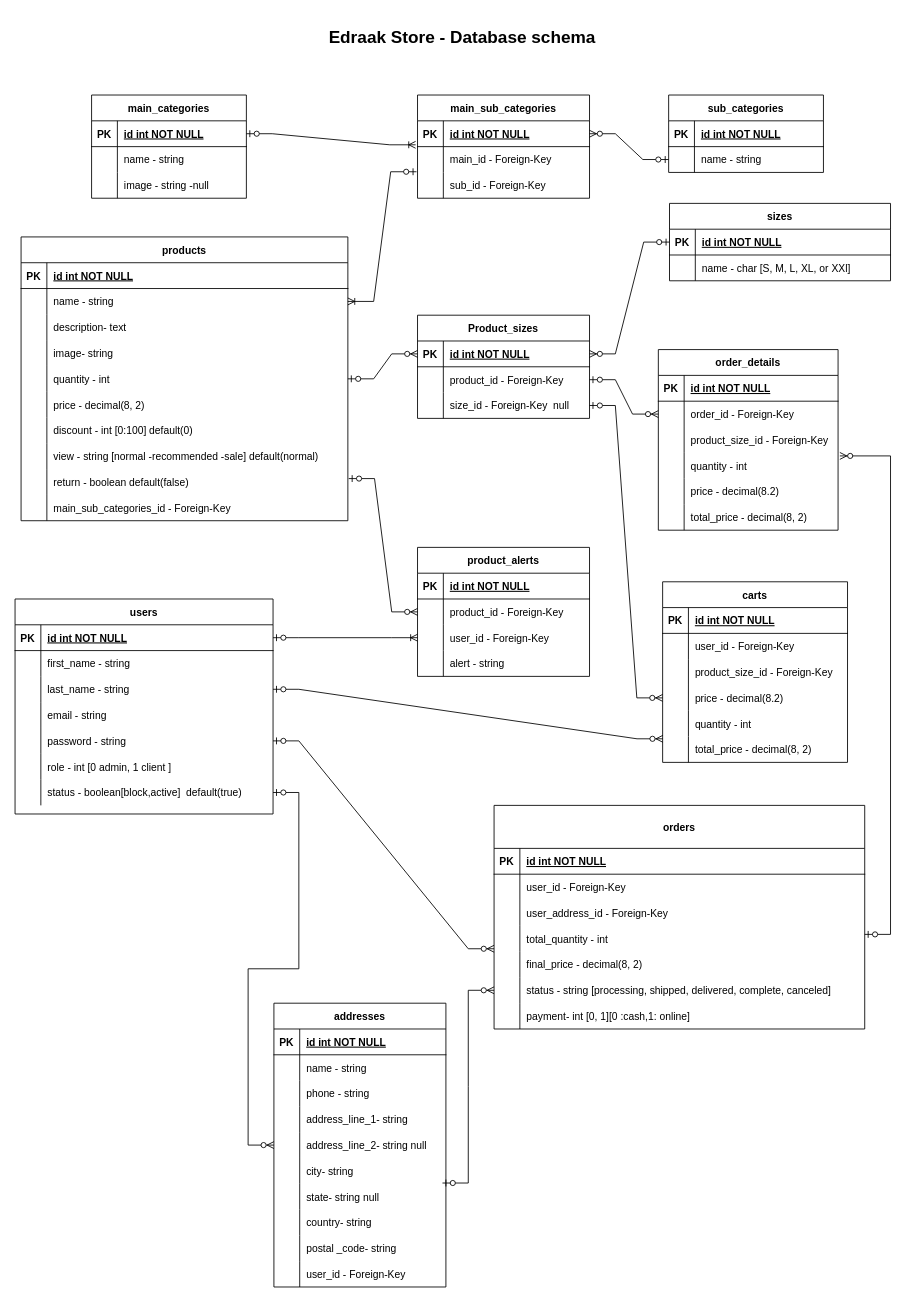
Above: project_design/db_schema/edraake_store.drawio in NadiaSalah/Edraak-Store (draw.io), before the change. Source tidied: cells renumbered, new cells numbered last; positions are measured from the earlier drawing's top-left corner, leaving out a move shared by most shapes. Both pictures are drawn from the tidied source at 86%, with x=0, y=0 at pixel (15, 28).
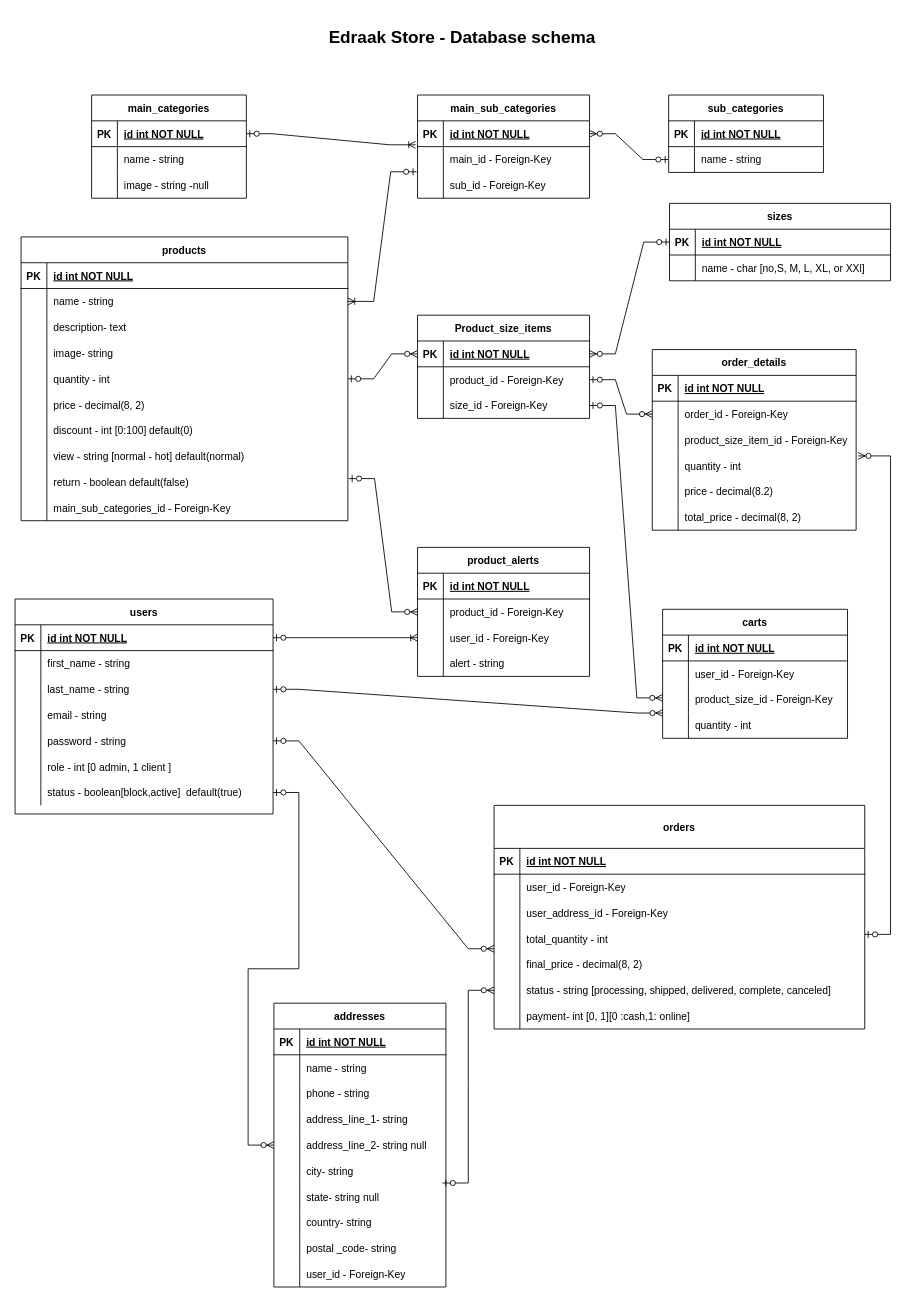
The same page after the edit.

Unchanged cells that the change refers to:
```xml
<mxCell id="52" style="shape=partialRectangle;fillColor=none;top=0;left=0;right=0;bottom=0;" parent="30" vertex="1">
  <mxGeometry y="240" width="380" height="30" as="geometry" />
</mxCell>
<mxCell id="65" style="shape=partialRectangle;fillColor=none;top=0;left=0;right=0;bottom=0;" parent="61" vertex="1">
  <mxGeometry y="60" width="257" height="30" as="geometry" />
</mxCell>
<mxCell id="75" style="shape=partialRectangle;fillColor=none;points=[[0,0.5],[1,0.5]];portConstraint=eastwest;top=0;left=0;right=0;bottom=0;" parent="68" vertex="1">
  <mxGeometry y="90" width="200" height="30" as="geometry" />
</mxCell>
<mxCell id="85" style="shape=partialRectangle;fillColor=none;points=[[0,0.5],[1,0.5]];portConstraint=eastwest;top=0;left=0;right=0;bottom=0;" parent="78" vertex="1">
  <mxGeometry y="90" width="300" height="30" as="geometry" />
</mxCell>
```

Diff of the diagram source:
```diff
@@
-    <mxCell id="54" value="view - string [normal -recommended -sale] default(normal)" style="shape=partialRectangle;overflow=hidden;fillColor=none;top=0;left=0;bottom=0;right=0;align=left;spacingLeft=6;" parent="52" vertex="1">
+    <mxCell id="54" value="view - string [normal - hot] default(normal)" style="shape=partialRectangle;overflow=hidden;fillColor=none;top=0;left=0;bottom=0;right=0;align=left;spacingLeft=6;" parent="52" vertex="1">
       <mxGeometry x="30" width="350" height="30" as="geometry" />
     </mxCell>
@@
-    <mxCell id="67" value="name - char [S, M, L, XL, or XXl]" style="shape=partialRectangle;overflow=hidden;fillColor=none;top=0;left=0;bottom=0;right=0;align=left;spacingLeft=6;" parent="65" vertex="1">
+    <mxCell id="67" value="name - char [no,S, M, L, XL, or XXl]" style="shape=partialRectangle;overflow=hidden;fillColor=none;top=0;left=0;bottom=0;right=0;align=left;spacingLeft=6;" parent="65" vertex="1">
       <mxGeometry x="30" width="227" height="30" as="geometry" />
     </mxCell>
-    <mxCell id="68" value="Product_sizes" style="shape=table;startSize=30;childLayout=tableLayout;rowLines=0;fontStyle=1;align=center;" parent="1" vertex="1">
+    <mxCell id="68" value="Product_size_items" style="shape=table;startSize=30;childLayout=tableLayout;rowLines=0;fontStyle=1;align=center;" parent="1" vertex="1">
       <mxGeometry x="468" y="334" width="200" height="120" as="geometry" />
     </mxCell>
@@
-    <mxCell id="77" value="size_id - Foreign-Key  null" style="shape=partialRectangle;overflow=hidden;fillColor=none;top=0;left=0;bottom=0;right=0;align=left;spacingLeft=6;" parent="75" vertex="1">
+    <mxCell id="77" value="size_id - Foreign-Key " style="shape=partialRectangle;overflow=hidden;fillColor=none;top=0;left=0;bottom=0;right=0;align=left;spacingLeft=6;" parent="75" vertex="1">
       <mxGeometry x="30" width="170" height="30" as="geometry" />
     </mxCell>
@@
     <mxCell id="131" value="order_details" style="shape=table;startSize=30;childLayout=tableLayout;rowLines=0;fontStyle=1;align=center;" parent="1" vertex="1">
-      <mxGeometry x="748" y="374" width="209" height="210" as="geometry" />
+      <mxGeometry x="741" y="374" width="237" height="210" as="geometry" />
     </mxCell>
     <mxCell id="132" style="shape=partialRectangle;fillColor=none;top=0;left=0;right=0;bottom=1;" parent="131" vertex="1">
-      <mxGeometry y="30" width="209" height="30" as="geometry" />
+      <mxGeometry y="30" width="237" height="30" as="geometry" />
     </mxCell>
@@
     <mxCell id="134" value="id int NOT NULL " style="shape=partialRectangle;overflow=hidden;fillColor=none;top=0;left=0;bottom=0;right=0;align=left;spacingLeft=6;fontStyle=5;" parent="132" vertex="1">
-      <mxGeometry x="30" width="179" height="30" as="geometry" />
+      <mxGeometry x="30" width="207" height="30" as="geometry" />
     </mxCell>
     <mxCell id="135" style="shape=partialRectangle;fillColor=none;points=[[0,0.5],[1,0.5]];portConstraint=eastwest;top=0;left=0;right=0;bottom=0;" parent="131" vertex="1">
-      <mxGeometry y="60" width="209" height="30" as="geometry" />
+      <mxGeometry y="60" width="237" height="30" as="geometry" />
     </mxCell>
@@
     <mxCell id="137" value="order_id - Foreign-Key" style="shape=partialRectangle;overflow=hidden;fillColor=none;top=0;left=0;bottom=0;right=0;align=left;spacingLeft=6;" parent="135" vertex="1">
-      <mxGeometry x="30" width="179" height="30" as="geometry" />
+      <mxGeometry x="30" width="207" height="30" as="geometry" />
     </mxCell>
     <mxCell id="138" style="shape=partialRectangle;fillColor=none;top=0;left=0;right=0;bottom=0;" parent="131" vertex="1">
-      <mxGeometry y="90" width="209" height="30" as="geometry" />
+      <mxGeometry y="90" width="237" height="30" as="geometry" />
     </mxCell>
@@
-    <mxCell id="140" value="product_size_id - Foreign-Key" style="shape=partialRectangle;overflow=hidden;fillColor=none;top=0;left=0;bottom=0;right=0;align=left;spacingLeft=6;" parent="138" vertex="1">
-      <mxGeometry x="30" width="179" height="30" as="geometry" />
+    <mxCell id="140" value="product_size_item_id - Foreign-Key" style="shape=partialRectangle;overflow=hidden;fillColor=none;top=0;left=0;bottom=0;right=0;align=left;spacingLeft=6;" parent="138" vertex="1">
+      <mxGeometry x="30" width="207" height="30" as="geometry" />
     </mxCell>
     <mxCell id="141" style="shape=partialRectangle;fillColor=none;points=[[0,0.5],[1,0.5]];portConstraint=eastwest;top=0;left=0;right=0;bottom=0;" parent="131" vertex="1">
-      <mxGeometry y="120" width="209" height="30" as="geometry" />
+      <mxGeometry y="120" width="237" height="30" as="geometry" />
     </mxCell>
@@
     <mxCell id="143" value="quantity - int" style="shape=partialRectangle;overflow=hidden;fillColor=none;top=0;left=0;bottom=0;right=0;align=left;spacingLeft=6;" parent="141" vertex="1">
-      <mxGeometry x="30" width="179" height="30" as="geometry" />
+      <mxGeometry x="30" width="207" height="30" as="geometry" />
     </mxCell>
     <mxCell id="144" style="shape=partialRectangle;fillColor=none;top=0;left=0;right=0;bottom=0;" parent="131" vertex="1">
-      <mxGeometry y="150" width="209" height="30" as="geometry" />
+      <mxGeometry y="150" width="237" height="30" as="geometry" />
     </mxCell>
@@
     <mxCell id="146" value="price - decimal(8.2)" style="shape=partialRectangle;overflow=hidden;fillColor=none;top=0;left=0;bottom=0;right=0;align=left;spacingLeft=6;" parent="144" vertex="1">
-      <mxGeometry x="30" width="179" height="30" as="geometry" />
+      <mxGeometry x="30" width="207" height="30" as="geometry" />
     </mxCell>
     <mxCell id="147" style="shape=partialRectangle;fillColor=none;top=0;left=0;right=0;bottom=0;" parent="131" vertex="1">
-      <mxGeometry y="180" width="209" height="30" as="geometry" />
+      <mxGeometry y="180" width="237" height="30" as="geometry" />
     </mxCell>
@@
     <mxCell id="149" value="total_price - decimal(8, 2)" style="shape=partialRectangle;overflow=hidden;fillColor=none;top=0;left=0;bottom=0;right=0;align=left;spacingLeft=6;" parent="147" vertex="1">
-      <mxGeometry x="30" width="179" height="30" as="geometry" />
+      <mxGeometry x="30" width="207" height="30" as="geometry" />
     </mxCell>
@@
-    <mxCell id="181" style="edgeStyle=entityRelationEdgeStyle;fontSize=12;html=1;endArrow=ERzeroToMany;startArrow=ERzeroToOne;rounded=0;entryX=0;entryY=0.5;entryDx=0;entryDy=0;exitX=1;exitY=0.5;exitDx=0;exitDy=0;" parent="1" edge="1" source="75" target="205">
-      <mxGeometry relative="1" as="geometry" />
+    <mxCell id="181" style="edgeStyle=entityRelationEdgeStyle;fontSize=12;html=1;endArrow=ERzeroToMany;startArrow=ERzeroToOne;rounded=0;entryX=0;entryY=0.5;entryDx=0;entryDy=0;exitX=1;exitY=0.5;exitDx=0;exitDy=0;" parent="1" edge="1" source="75">
+      <mxGeometry relative="1" as="geometry">
+        <mxPoint x="753" y="779" as="targetPoint" />
+      </mxGeometry>
     </mxCell>
@@
     <mxCell id="195" value="carts" style="shape=table;startSize=30;childLayout=tableLayout;rowLines=0;fontStyle=1;align=center;" parent="1" vertex="1">
-      <mxGeometry x="753" y="644" width="215" height="210" as="geometry" />
+      <mxGeometry x="753" y="676" width="215" height="150" as="geometry" />
     </mxCell>
@@
-    <mxCell id="205" style="shape=partialRectangle;fillColor=none;points=[[0,0.5],[1,0.5]];portConstraint=eastwest;top=0;left=0;right=0;bottom=0;" parent="195" vertex="1">
-      <mxGeometry y="120" width="215" height="30" as="geometry" />
-    </mxCell>
-    <mxCell id="206" style="shape=partialRectangle;overflow=hidden;fillColor=none;top=0;left=0;bottom=0;right=0;" parent="205" vertex="1">
-      <mxGeometry width="30" height="30" as="geometry" />
-    </mxCell>
-    <mxCell id="207" value="price - decimal(8.2)" style="shape=partialRectangle;overflow=hidden;fillColor=none;top=0;left=0;bottom=0;right=0;align=left;spacingLeft=6;" parent="205" vertex="1">
-      <mxGeometry x="30" width="185" height="30" as="geometry" />
-    </mxCell>
     <mxCell id="208" style="shape=partialRectangle;fillColor=none;top=0;left=0;right=0;bottom=0;" parent="195" vertex="1">
-      <mxGeometry y="150" width="215" height="30" as="geometry" />
+      <mxGeometry y="120" width="215" height="30" as="geometry" />
     </mxCell>
@@
-    <mxCell id="211" style="shape=partialRectangle;fillColor=none;points=[[0,0.5],[1,0.5]];portConstraint=eastwest;top=0;left=0;right=0;bottom=0;" parent="195" vertex="1">
-      <mxGeometry y="180" width="215" height="30" as="geometry" />
-    </mxCell>
-    <mxCell id="212" style="shape=partialRectangle;overflow=hidden;fillColor=none;top=0;left=0;bottom=0;right=0;" parent="211" vertex="1">
-      <mxGeometry width="30" height="30" as="geometry" />
-    </mxCell>
-    <mxCell id="213" value="total_price - decimal(8, 2)" style="shape=partialRectangle;overflow=hidden;fillColor=none;top=0;left=0;bottom=0;right=0;align=left;spacingLeft=6;" parent="211" vertex="1">
-      <mxGeometry x="30" width="185" height="30" as="geometry" />
-    </mxCell>
@@
-    <mxCell id="216" style="edgeStyle=entityRelationEdgeStyle;fontSize=12;html=1;endArrow=ERzeroToMany;startArrow=ERzeroToOne;rounded=0;entryX=0.001;entryY=0.086;entryDx=0;entryDy=0;entryPerimeter=0;exitX=1;exitY=0.5;exitDx=0;exitDy=0;" parent="1" edge="1" source="85" target="211">
-      <mxGeometry relative="1" as="geometry" />
+    <mxCell id="216" style="edgeStyle=entityRelationEdgeStyle;fontSize=12;html=1;endArrow=ERzeroToMany;startArrow=ERzeroToOne;rounded=0;entryX=0.001;entryY=0.086;entryDx=0;entryDy=0;entryPerimeter=0;exitX=1;exitY=0.5;exitDx=0;exitDy=0;" parent="1" edge="1" source="85">
+      <mxGeometry relative="1" as="geometry">
+        <mxPoint x="753.2" y="796.6" as="targetPoint" />
+      </mxGeometry>
     </mxCell>
```
